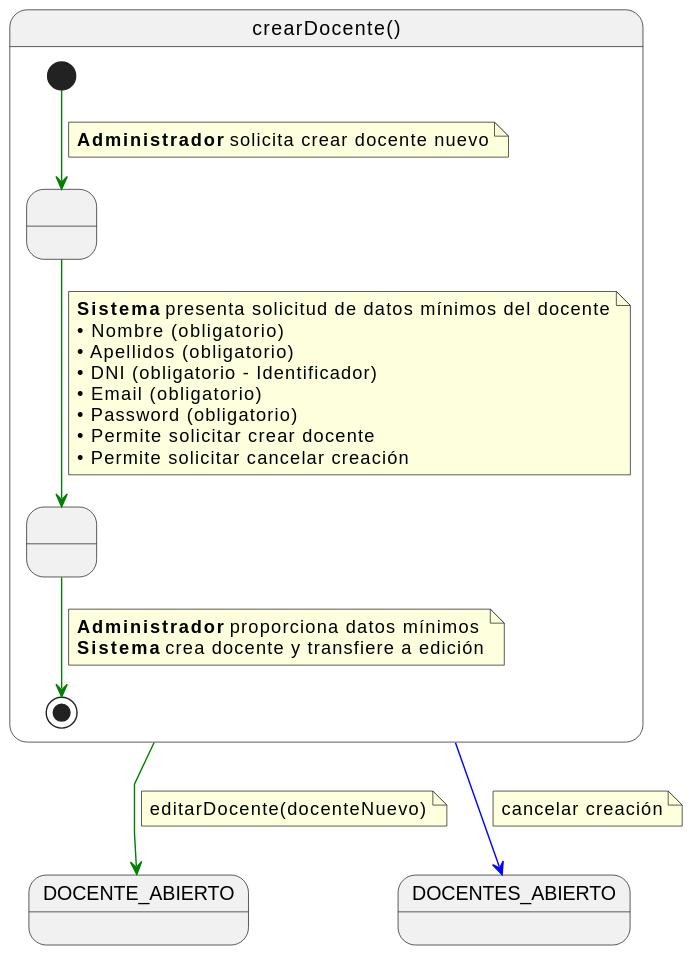
martinlopez7/25-26-IdSw1-SdR keeps this PlantUML diagram as documents/casos-de-uso/detalladoCasosDeUso/crearDocente/crearDocente.svg. Above is the earlier version.
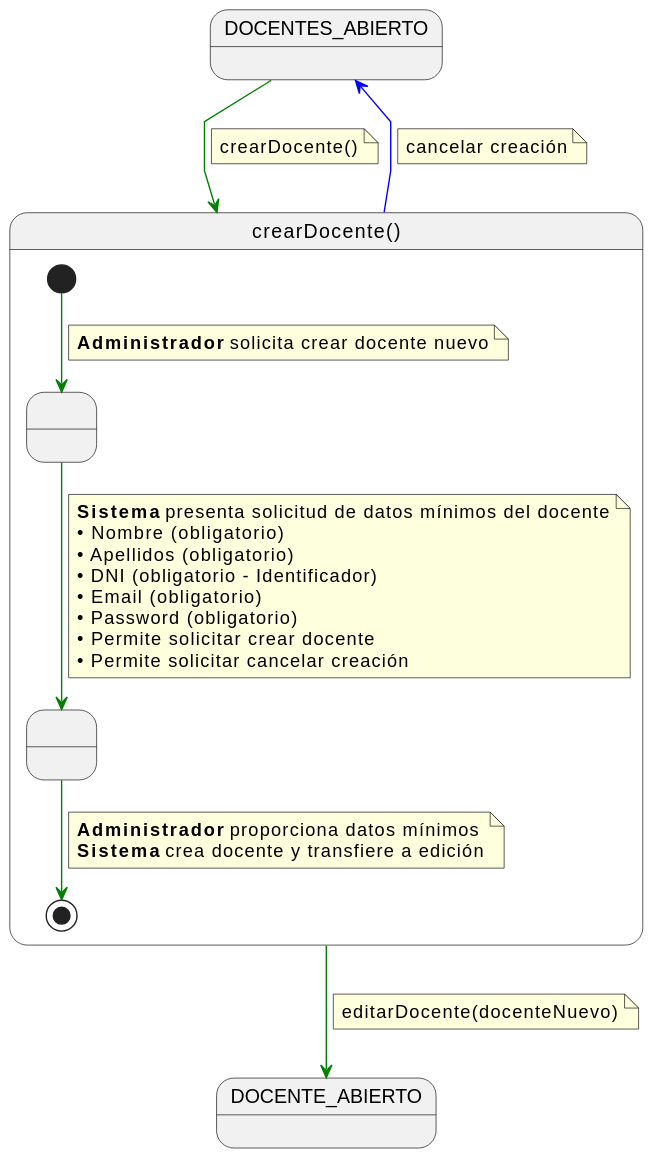
Later version of the same file.

Change to the diagram source:
```diff
@@ -1,5 +1,12 @@
 @startuml
 skinparam linetype polyline
+
+state DOCENTES_ABIERTO
+
+DOCENTES_ABIERTO -[#green]-> crearDocente
+note on link
+crearDocente()
+end note
 
 state crearDocente as "crearDocente()" {
 
@@ -30,6 +37,7 @@
     end note
 }
 
+
 crearDocente -[#green]-> DOCENTE_ABIERTO
 note on link
 editarDocente(docenteNuevo)
```
